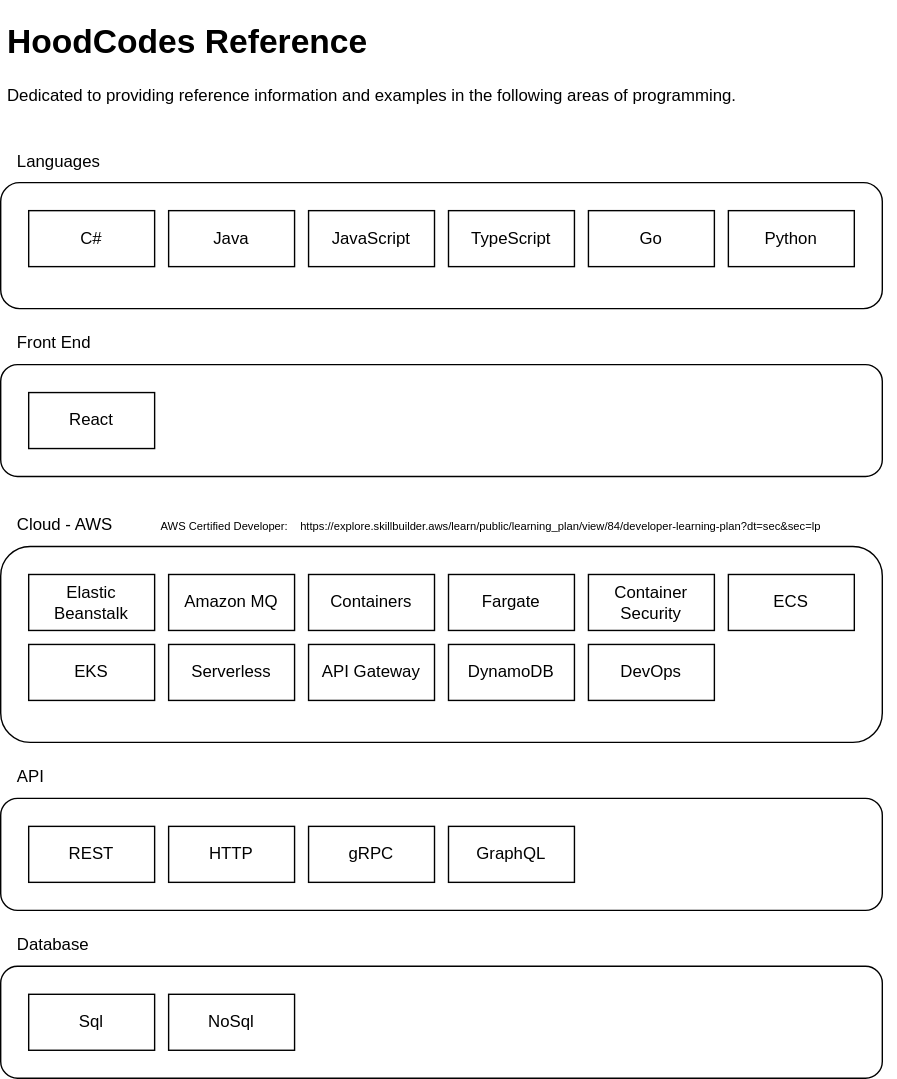
The draw.io diagram assets/Topics.svg in hoodcodes/hoodcodes-reference, before a commit. Source tidied: cells renumbered, new cells last; positions are measured from the earlier drawing's top-left corner, leaving out a move shared by most shapes.
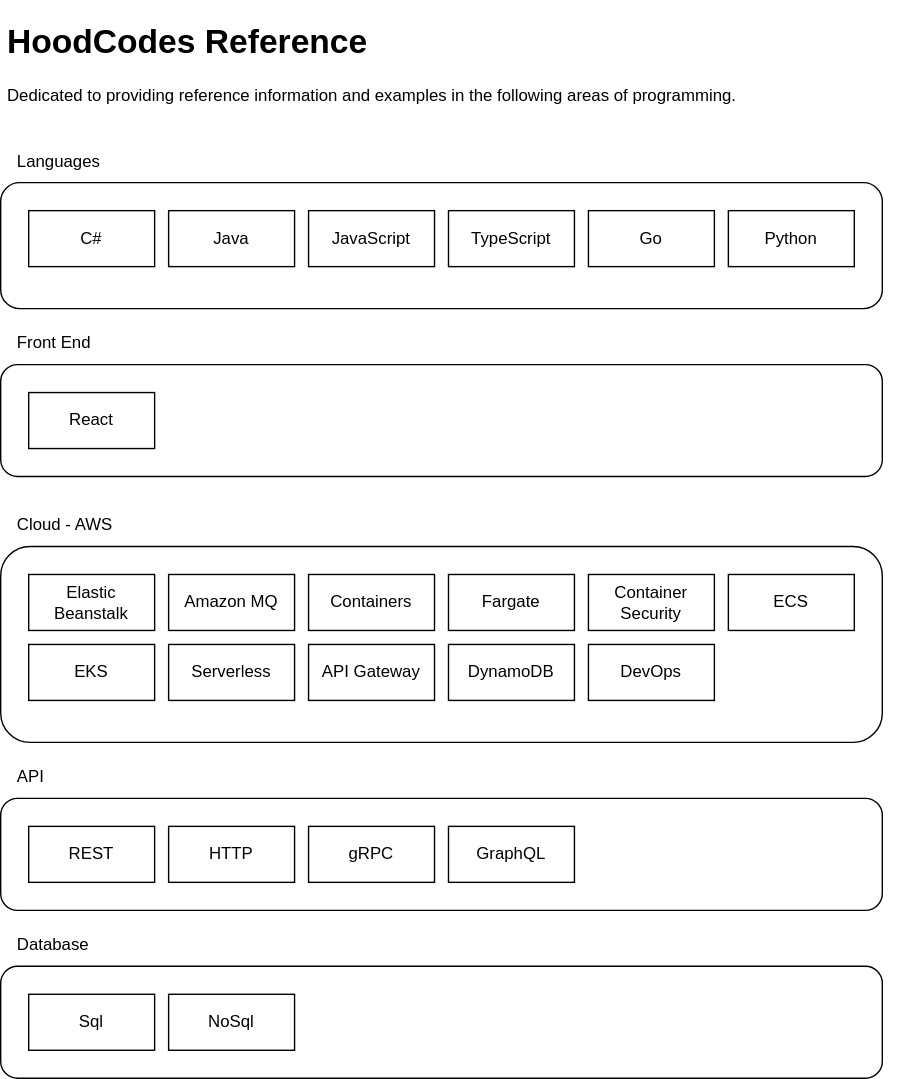
Later version of the same file.

Change to the diagram source:
```diff
@@ -107,8 +107,5 @@
     <mxCell id="36" value="ECS" style="rounded=0;whiteSpace=wrap;html=1;" parent="1" vertex="1">
       <mxGeometry x="520" y="400" width="90" height="40" as="geometry" />
     </mxCell>
-    <mxCell id="37" value="&lt;font style=&quot;font-size: 8px&quot;&gt;AWS Certified Developer:&amp;nbsp; &amp;nbsp; https://explore.skillbuilder.aws/learn/public/learning_plan/view/84/developer-learning-plan?dt=sec&amp;amp;sec=lp&lt;/font&gt;" style="text;html=1;strokeColor=none;fillColor=none;align=center;verticalAlign=middle;whiteSpace=wrap;rounded=0;" parent="1" vertex="1">
-      <mxGeometry x="101" y="350" width="499" height="30" as="geometry" />
-    </mxCell>
   </root>
 </mxGraphModel>
```
